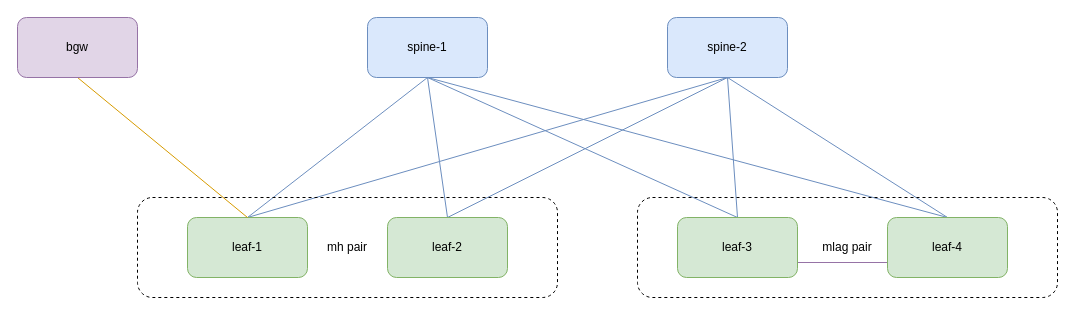
Earlier version of the draw.io diagram docs/topology.drawio (basiday/clab-dc-design-lab). Source tidied: cells renumbered, new cells numbered last; positions are measured from the earlier drawing's top-left corner, leaving out a move shared by most shapes. Both pictures are drawn from the tidied source at 100%, with x=0, y=0 at pixel (17, 17).
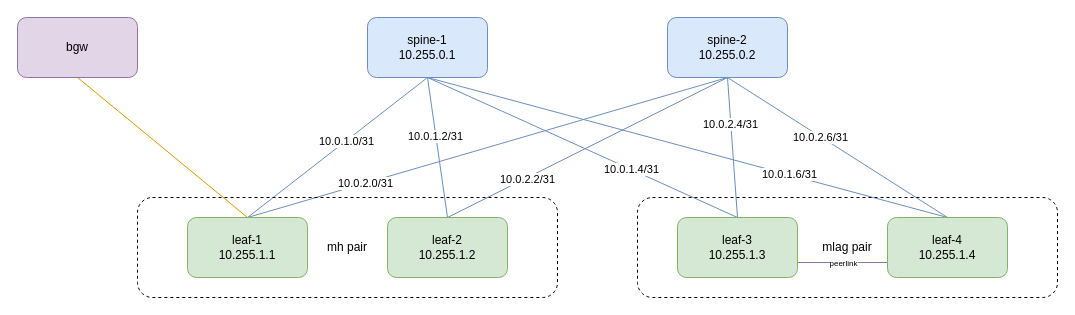
The same page after the edit.

The change refers to these unchanged cells:
```xml
<mxCell id="2" style="edgeStyle=none;html=1;exitX=0.5;exitY=1;exitDx=0;exitDy=0;entryX=0.5;entryY=0;entryDx=0;entryDy=0;fillColor=#dae8fc;strokeColor=#6c8ebf;endArrow=none;endFill=0;" parent="1" edge="1" source="6" target="13">
  <mxGeometry relative="1" as="geometry" />
</mxCell>
<mxCell id="3" style="edgeStyle=none;html=1;fillColor=#dae8fc;strokeColor=#6c8ebf;endArrow=none;endFill=0;exitX=0.5;exitY=1;exitDx=0;exitDy=0;entryX=0.5;entryY=0;entryDx=0;entryDy=0;" parent="1" edge="1" source="6" target="14">
  <mxGeometry relative="1" as="geometry" />
</mxCell>
<mxCell id="4" style="edgeStyle=none;html=1;fillColor=#dae8fc;strokeColor=#6c8ebf;endArrow=none;endFill=0;exitX=0.5;exitY=1;exitDx=0;exitDy=0;entryX=0.5;entryY=0;entryDx=0;entryDy=0;" parent="1" edge="1" source="6" target="17">
  <mxGeometry relative="1" as="geometry" />
</mxCell>
<mxCell id="5" style="edgeStyle=none;html=1;fillColor=#dae8fc;strokeColor=#6c8ebf;endArrow=none;endFill=0;exitX=0.5;exitY=1;exitDx=0;exitDy=0;entryX=0.5;entryY=0;entryDx=0;entryDy=0;" parent="1" edge="1" source="6" target="18">
  <mxGeometry relative="1" as="geometry" />
</mxCell>
<mxCell id="7" style="edgeStyle=none;html=1;exitX=0.5;exitY=1;exitDx=0;exitDy=0;entryX=0.5;entryY=0;entryDx=0;entryDy=0;endArrow=none;endFill=0;fillColor=#dae8fc;strokeColor=#6c8ebf;" parent="1" edge="1" source="11" target="13">
  <mxGeometry relative="1" as="geometry" />
</mxCell>
<mxCell id="8" style="edgeStyle=none;html=1;endArrow=none;endFill=0;exitX=0.5;exitY=1;exitDx=0;exitDy=0;entryX=0.5;entryY=0;entryDx=0;entryDy=0;fillColor=#dae8fc;strokeColor=#6c8ebf;" parent="1" edge="1" source="11" target="14">
  <mxGeometry relative="1" as="geometry" />
</mxCell>
<mxCell id="9" style="edgeStyle=none;html=1;endArrow=none;endFill=0;exitX=0.5;exitY=1;exitDx=0;exitDy=0;entryX=0.5;entryY=0;entryDx=0;entryDy=0;fillColor=#dae8fc;strokeColor=#6c8ebf;" parent="1" edge="1" source="11" target="17">
  <mxGeometry relative="1" as="geometry" />
</mxCell>
<mxCell id="10" style="edgeStyle=none;html=1;endArrow=none;endFill=0;exitX=0.5;exitY=1;exitDx=0;exitDy=0;entryX=0.5;entryY=0;entryDx=0;entryDy=0;fillColor=#dae8fc;strokeColor=#6c8ebf;" parent="1" edge="1" source="11" target="18">
  <mxGeometry relative="1" as="geometry" />
</mxCell>
<mxCell id="16" style="edgeStyle=none;html=1;exitX=1;exitY=0.75;exitDx=0;exitDy=0;entryX=0;entryY=0.75;entryDx=0;entryDy=0;endArrow=none;endFill=0;fillColor=#e1d5e7;strokeColor=#9673a6;" parent="1" edge="1" source="17" target="18">
  <mxGeometry relative="1" as="geometry" />
</mxCell>
```

Diff of the diagram source:
```diff
@@
+    <mxCell id="21" value="10.0.2.0/31" style="edgeLabel;html=1;align=center;verticalAlign=middle;" parent="2" vertex="1">
+      <mxGeometry x="0.51" relative="1" as="geometry" />
+    </mxCell>
@@
+    <mxCell id="22" value="10.0.2.2/31" style="edgeLabel;html=1;align=center;verticalAlign=middle;" parent="3" vertex="1">
+      <mxGeometry x="0.44" y="1" relative="1" as="geometry" />
+    </mxCell>
@@
+    <mxCell id="23" value="10.0.2.4/31" style="edgeLabel;html=1;align=center;verticalAlign=middle;" parent="4" vertex="1">
+      <mxGeometry x="-0.33" y="-1" relative="1" as="geometry" />
+    </mxCell>
@@
+    <mxCell id="24" value="10.0.2.6/31" style="edgeLabel;html=1;align=center;verticalAlign=middle;" parent="5" vertex="1">
+      <mxGeometry x="-0.16" relative="1" as="geometry" />
+    </mxCell>
-    <mxCell id="6" value="spine-2" style="rounded=1;whiteSpace=wrap;html=1;roundedPerimeter=1;fillColor=#dae8fc;strokeColor=#6c8ebf;newEdgeStyle=%7B%22edgeStyle%22%3A%22none%22%2C%22html%22%3A%221%22%2C%22fillColor%22%3A%22%23dae8fc%22%2C%22strokeColor%22%3A%22%236c8ebf%22%2C%22endArrow%22%3A%22none%22%2C%22endFill%22%3A%220%22%7D;" parent="1" vertex="1">
+    <mxCell id="6" value="spine-2&lt;br&gt;&lt;span style=&quot;color: rgb(0, 0, 0);&quot;&gt;10.255.0.2&lt;/span&gt;" style="rounded=1;whiteSpace=wrap;html=1;roundedPerimeter=1;fillColor=#dae8fc;strokeColor=#6c8ebf;newEdgeStyle=%7B%22edgeStyle%22%3A%22none%22%2C%22html%22%3A%221%22%2C%22fillColor%22%3A%22%23dae8fc%22%2C%22strokeColor%22%3A%22%236c8ebf%22%2C%22endArrow%22%3A%22none%22%2C%22endFill%22%3A%220%22%7D;" parent="1" vertex="1">
       <mxGeometry x="650" width="120" height="60" as="geometry" />
     </mxCell>
@@
+    <mxCell id="25" value="10.0.1.0/31" style="edgeLabel;html=1;align=center;verticalAlign=middle;" parent="7" vertex="1">
+      <mxGeometry x="-0.1" relative="1" as="geometry" />
+    </mxCell>
@@
+    <mxCell id="26" value="10.0.1.2/31" style="edgeLabel;html=1;align=center;verticalAlign=middle;" parent="8" vertex="1">
+      <mxGeometry x="-0.16" y="-1" relative="1" as="geometry" />
+    </mxCell>
@@
+    <mxCell id="27" value="10.0.1.4/31" style="edgeLabel;html=1;align=center;verticalAlign=middle;" parent="9" vertex="1">
+      <mxGeometry x="0.31" relative="1" as="geometry" />
+    </mxCell>
@@
+    <mxCell id="28" value="10.0.1.6/31" style="edgeLabel;html=1;align=center;verticalAlign=middle;" parent="10" vertex="1">
+      <mxGeometry x="0.39" y="1" relative="1" as="geometry" />
+    </mxCell>
-    <mxCell id="11" value="spine-1" style="rounded=1;whiteSpace=wrap;html=1;roundedPerimeter=1;newEdgeStyle=%7B%22edgeStyle%22%3A%22none%22%2C%22html%22%3A%221%22%2C%22endArrow%22%3A%22none%22%2C%22endFill%22%3A%220%22%7D;fillColor=#dae8fc;strokeColor=#6c8ebf;" parent="1" vertex="1">
+    <mxCell id="11" value="spine-1&lt;br&gt;&lt;span style=&quot;color: rgb(0, 0, 0);&quot;&gt;10.255.0.1&lt;/span&gt;" style="rounded=1;whiteSpace=wrap;html=1;roundedPerimeter=1;newEdgeStyle=%7B%22edgeStyle%22%3A%22none%22%2C%22html%22%3A%221%22%2C%22endArrow%22%3A%22none%22%2C%22endFill%22%3A%220%22%7D;fillColor=#dae8fc;strokeColor=#6c8ebf;" parent="1" vertex="1">
       <mxGeometry x="350" width="120" height="60" as="geometry" />
     </mxCell>
@@
-    <mxCell id="13" value="leaf-1" style="rounded=1;whiteSpace=wrap;html=1;roundedPerimeter=1;fillColor=#d5e8d4;strokeColor=#82b366;" parent="1" vertex="1">
+    <mxCell id="13" value="leaf-1&lt;br&gt;10.255.1.1" style="rounded=1;whiteSpace=wrap;html=1;roundedPerimeter=1;fillColor=#d5e8d4;strokeColor=#82b366;" parent="1" vertex="1">
       <mxGeometry x="170" y="200" width="120" height="60" as="geometry" />
     </mxCell>
-    <mxCell id="14" value="leaf-2" style="rounded=1;whiteSpace=wrap;html=1;roundedPerimeter=1;fillColor=#d5e8d4;strokeColor=#82b366;" parent="1" vertex="1">
+    <mxCell id="14" value="leaf-2&lt;br&gt;&lt;span style=&quot;color: rgb(0, 0, 0);&quot;&gt;10.255.1.2&lt;/span&gt;" style="rounded=1;whiteSpace=wrap;html=1;roundedPerimeter=1;fillColor=#d5e8d4;strokeColor=#82b366;" parent="1" vertex="1">
       <mxGeometry x="370" y="200" width="120" height="60" as="geometry" />
     </mxCell>
@@
+    <mxCell id="29" value="&lt;font style=&quot;font-size: 8px;&quot;&gt;peerlink&lt;/font&gt;" style="edgeLabel;html=1;align=center;verticalAlign=middle;" parent="16" vertex="1">
+      <mxGeometry x="-0.01" y="1" relative="1" as="geometry" />
+    </mxCell>
-    <mxCell id="17" value="leaf-3" style="rounded=1;whiteSpace=wrap;html=1;roundedPerimeter=1;fillColor=#d5e8d4;strokeColor=#82b366;" parent="1" vertex="1">
+    <mxCell id="17" value="leaf-3&lt;br&gt;&lt;span style=&quot;color: rgb(0, 0, 0);&quot;&gt;10.255.1.3&lt;/span&gt;" style="rounded=1;whiteSpace=wrap;html=1;roundedPerimeter=1;fillColor=#d5e8d4;strokeColor=#82b366;" parent="1" vertex="1">
       <mxGeometry x="660" y="200" width="120" height="60" as="geometry" />
     </mxCell>
-    <mxCell id="18" value="leaf-4" style="rounded=1;whiteSpace=wrap;html=1;roundedPerimeter=1;fillColor=#d5e8d4;strokeColor=#82b366;" parent="1" vertex="1">
+    <mxCell id="18" value="leaf-4&lt;br&gt;&lt;span style=&quot;color: rgb(0, 0, 0);&quot;&gt;10.255.1.4&lt;/span&gt;" style="rounded=1;whiteSpace=wrap;html=1;roundedPerimeter=1;fillColor=#d5e8d4;strokeColor=#82b366;" parent="1" vertex="1">
       <mxGeometry x="870" y="200" width="120" height="60" as="geometry" />
     </mxCell>
```
